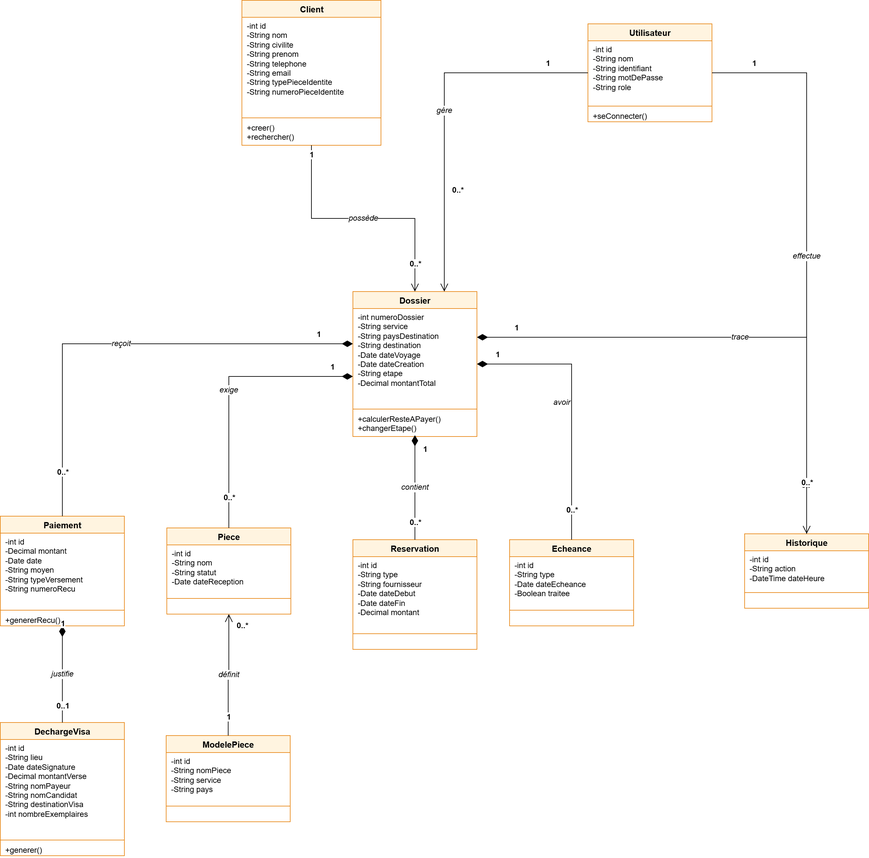
Above: modelisation/diagramme_de_classes.png in Desire6893/agence-de-voyage (draw.io), before the change. Source tidied: cells renumbered, new cells last; positions are measured from the earlier drawing's top-left corner, leaving out a move shared by most shapes.
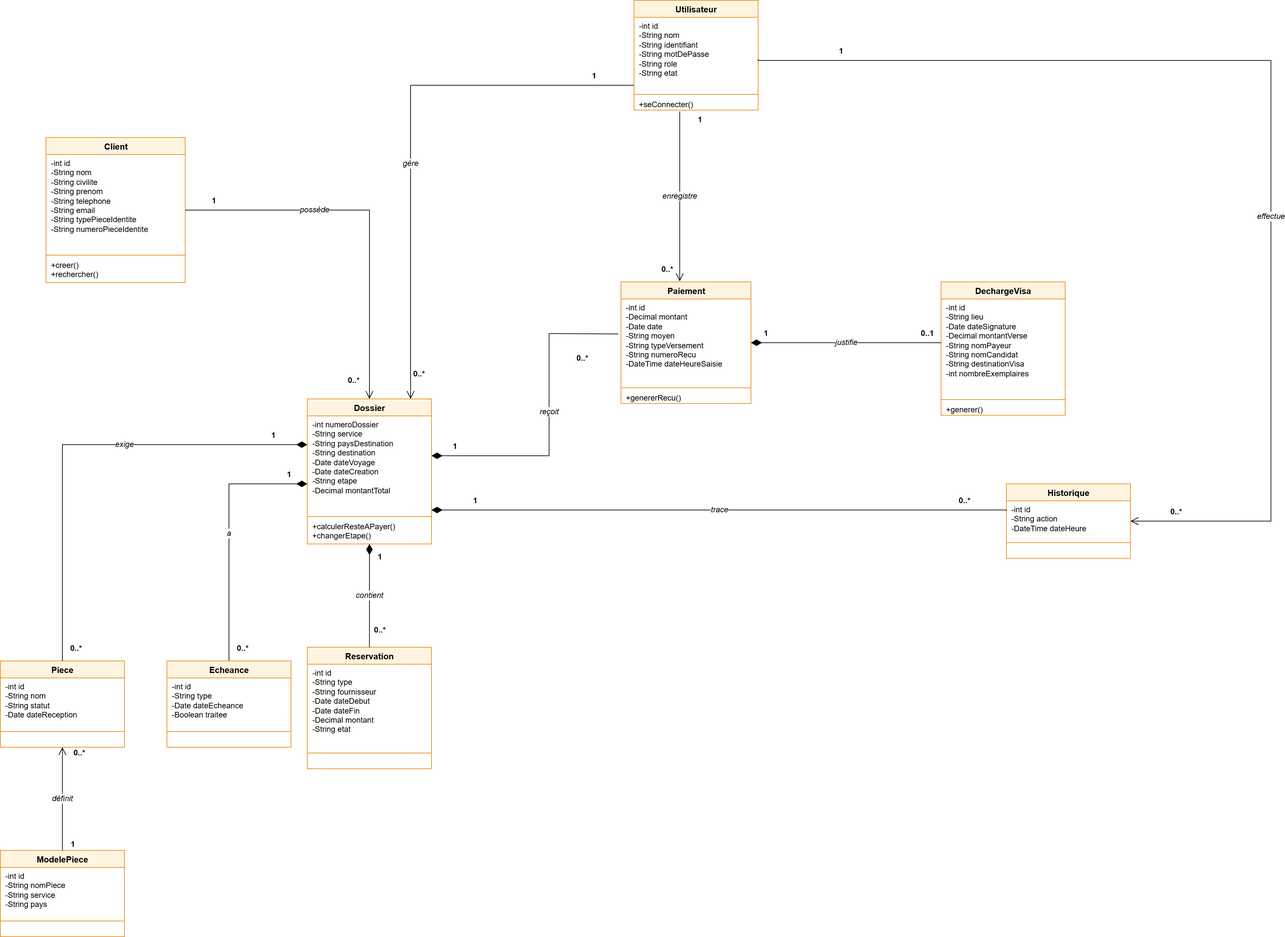
After the change.

Diff of the diagram source:
```diff
@@ -5,15 +5,15 @@
     <mxCell id="2" value="Utilisateur" style="swimlane;fontStyle=1;align=center;verticalAlign=top;horizontal=1;startSize=26;html=1;fillColor=#FFF4E0;strokeColor=#E8891A;swimlaneFillColor=#FFFFFF;fontSize=13;" parent="1" vertex="1">
-      <mxGeometry x="900" y="36" width="190" height="150" as="geometry" />
+      <mxGeometry x="970" y="-194" width="190" height="168" as="geometry" />
     </mxCell>
-    <mxCell id="3" value="-int id&lt;br&gt;-String nom&lt;br&gt;-String identifiant&lt;br&gt;-String motDePasse&lt;br&gt;-String role" style="text;strokeColor=none;fillColor=none;align=left;verticalAlign=top;spacingLeft=6;spacingRight=4;overflow=hidden;html=1;fontSize=12;" parent="2" vertex="1">
-      <mxGeometry y="26" width="190" height="98" as="geometry" />
+    <mxCell id="3" value="-int id&lt;br&gt;-String nom&lt;br&gt;-String identifiant&lt;br&gt;-String motDePasse&lt;br&gt;-String role&lt;br&gt;-String etat" style="text;strokeColor=none;fillColor=none;align=left;verticalAlign=top;spacingLeft=6;spacingRight=4;overflow=hidden;html=1;fontSize=12;" parent="2" vertex="1">
+      <mxGeometry y="26" width="190" height="116" as="geometry" />
     </mxCell>
     <mxCell id="4" style="line;strokeWidth=1;fillColor=none;align=left;verticalAlign=middle;spacingTop=-1;spacingLeft=3;spacingRight=3;labelPosition=right;strokeColor=inherit;" parent="2" vertex="1">
-      <mxGeometry y="124" width="190" height="4" as="geometry" />
+      <mxGeometry y="142" width="190" height="4" as="geometry" />
     </mxCell>
     <mxCell id="5" value="+seConnecter()" style="text;strokeColor=none;fillColor=none;align=left;verticalAlign=top;spacingLeft=6;spacingRight=4;overflow=hidden;html=1;fontSize=12;" parent="2" vertex="1">
-      <mxGeometry y="128" width="190" height="22" as="geometry" />
+      <mxGeometry y="146" width="190" height="22" as="geometry" />
     </mxCell>
     <mxCell id="6" value="Client" style="swimlane;fontStyle=1;align=center;verticalAlign=top;horizontal=1;startSize=26;html=1;fillColor=#FFF4E0;strokeColor=#E8891A;swimlaneFillColor=#FFFFFF;fontSize=13;" parent="1" vertex="1">
-      <mxGeometry x="370" width="213" height="222" as="geometry" />
+      <mxGeometry x="70" y="16" width="213" height="222" as="geometry" />
     </mxCell>
@@ -29,3 +29,3 @@
     <mxCell id="10" value="Dossier" style="swimlane;fontStyle=1;align=center;verticalAlign=top;horizontal=1;startSize=26;html=1;fillColor=#FFF4E0;strokeColor=#E8891A;swimlaneFillColor=#FFFFFF;fontSize=13;" parent="1" vertex="1">
-      <mxGeometry x="540" y="446" width="190" height="222" as="geometry" />
+      <mxGeometry x="470" y="416" width="190" height="222" as="geometry" />
     </mxCell>
@@ -41,27 +41,27 @@
     <mxCell id="14" value="Reservation" style="swimlane;fontStyle=1;align=center;verticalAlign=top;horizontal=1;startSize=26;html=1;fillColor=#FFF4E0;strokeColor=#E8891A;swimlaneFillColor=#FFFFFF;fontSize=13;" parent="1" vertex="1">
-      <mxGeometry x="540" y="826" width="190" height="168" as="geometry" />
+      <mxGeometry x="470" y="796" width="190" height="186" as="geometry" />
     </mxCell>
-    <mxCell id="15" value="-int id&lt;br&gt;-String type&lt;br&gt;-String fournisseur&lt;br&gt;-Date dateDebut&lt;br&gt;-Date dateFin&lt;br&gt;-Decimal montant" style="text;strokeColor=none;fillColor=none;align=left;verticalAlign=top;spacingLeft=6;spacingRight=4;overflow=hidden;html=1;fontSize=12;" parent="14" vertex="1">
-      <mxGeometry y="26" width="190" height="116" as="geometry" />
+    <mxCell id="15" value="-int id&lt;br&gt;-String type&lt;br&gt;-String fournisseur&lt;br&gt;-Date dateDebut&lt;br&gt;-Date dateFin&lt;br&gt;-Decimal montant&lt;br&gt;-String etat" style="text;strokeColor=none;fillColor=none;align=left;verticalAlign=top;spacingLeft=6;spacingRight=4;overflow=hidden;html=1;fontSize=12;" parent="14" vertex="1">
+      <mxGeometry y="26" width="190" height="134" as="geometry" />
     </mxCell>
     <mxCell id="16" style="line;strokeWidth=1;fillColor=none;align=left;verticalAlign=middle;spacingTop=-1;spacingLeft=3;spacingRight=3;labelPosition=right;strokeColor=inherit;" parent="14" vertex="1">
-      <mxGeometry y="142" width="190" height="4" as="geometry" />
+      <mxGeometry y="160" width="190" height="4" as="geometry" />
     </mxCell>
     <mxCell id="17" style="text;strokeColor=none;fillColor=none;align=left;verticalAlign=top;spacingLeft=6;spacingRight=4;overflow=hidden;html=1;fontSize=12;" parent="14" vertex="1">
-      <mxGeometry y="146" width="190" height="22" as="geometry" />
+      <mxGeometry y="164" width="190" height="22" as="geometry" />
     </mxCell>
     <mxCell id="18" value="Paiement" style="swimlane;fontStyle=1;align=center;verticalAlign=top;horizontal=1;startSize=26;html=1;fillColor=#FFF4E0;strokeColor=#E8891A;swimlaneFillColor=#FFFFFF;fontSize=13;" parent="1" vertex="1">
-      <mxGeometry y="790" width="190" height="168" as="geometry" />
+      <mxGeometry x="950" y="237" width="199" height="186" as="geometry" />
     </mxCell>
-    <mxCell id="19" value="-int id&lt;br&gt;-Decimal montant&lt;br&gt;-Date date&lt;br&gt;-String moyen&lt;br&gt;-String typeVersement&lt;br&gt;-String numeroRecu" style="text;strokeColor=none;fillColor=none;align=left;verticalAlign=top;spacingLeft=6;spacingRight=4;overflow=hidden;html=1;fontSize=12;" parent="18" vertex="1">
-      <mxGeometry y="26" width="190" height="116" as="geometry" />
+    <mxCell id="19" value="-int id&lt;br&gt;-Decimal montant&lt;br&gt;-Date date&lt;br&gt;-String moyen&lt;br&gt;-String typeVersement&lt;br&gt;-String numeroRecu&lt;br&gt;-DateTime dateHeureSaisie" style="text;strokeColor=none;fillColor=none;align=left;verticalAlign=top;spacingLeft=6;spacingRight=4;overflow=hidden;html=1;fontSize=12;" parent="18" vertex="1">
+      <mxGeometry y="26" width="199" height="134" as="geometry" />
     </mxCell>
     <mxCell id="20" style="line;strokeWidth=1;fillColor=none;align=left;verticalAlign=middle;spacingTop=-1;spacingLeft=3;spacingRight=3;labelPosition=right;strokeColor=inherit;" parent="18" vertex="1">
-      <mxGeometry y="142" width="190" height="4" as="geometry" />
+      <mxGeometry y="160" width="199" height="4" as="geometry" />
     </mxCell>
     <mxCell id="21" value="+genererRecu()" style="text;strokeColor=none;fillColor=none;align=left;verticalAlign=top;spacingLeft=6;spacingRight=4;overflow=hidden;html=1;fontSize=12;" parent="18" vertex="1">
-      <mxGeometry y="146" width="190" height="22" as="geometry" />
+      <mxGeometry y="164" width="199" height="22" as="geometry" />
     </mxCell>
     <mxCell id="22" value="DechargeVisa" style="swimlane;fontStyle=1;align=center;verticalAlign=top;horizontal=1;startSize=26;html=1;fillColor=#FFF4E0;strokeColor=#E8891A;swimlaneFillColor=#FFFFFF;fontSize=13;" parent="1" vertex="1">
-      <mxGeometry y="1106" width="190" height="204" as="geometry" />
+      <mxGeometry x="1440" y="237" width="190" height="204" as="geometry" />
     </mxCell>
@@ -77,3 +77,3 @@
     <mxCell id="26" value="Piece" style="swimlane;fontStyle=1;align=center;verticalAlign=top;horizontal=1;startSize=26;html=1;fillColor=#FFF4E0;strokeColor=#E8891A;swimlaneFillColor=#FFFFFF;fontSize=13;" parent="1" vertex="1">
-      <mxGeometry x="255" y="808" width="190" height="132" as="geometry" />
+      <mxGeometry y="817" width="190" height="132" as="geometry" />
     </mxCell>
@@ -89,3 +89,3 @@
     <mxCell id="30" value="ModelePiece" style="swimlane;fontStyle=1;align=center;verticalAlign=top;horizontal=1;startSize=26;html=1;fillColor=#FFF4E0;strokeColor=#E8891A;swimlaneFillColor=#FFFFFF;fontSize=13;" parent="1" vertex="1">
-      <mxGeometry x="254" y="1126" width="190" height="132" as="geometry" />
+      <mxGeometry y="1107" width="190" height="132" as="geometry" />
     </mxCell>
@@ -101,3 +101,3 @@
     <mxCell id="34" value="Historique" style="swimlane;fontStyle=1;align=center;verticalAlign=top;horizontal=1;startSize=26;html=1;fillColor=#FFF4E0;strokeColor=#E8891A;swimlaneFillColor=#FFFFFF;fontSize=13;" parent="1" vertex="1">
-      <mxGeometry x="1140" y="817" width="190" height="114" as="geometry" />
+      <mxGeometry x="1540" y="546" width="190" height="114" as="geometry" />
     </mxCell>
@@ -113,3 +113,3 @@
     <mxCell id="38" value="Echeance" style="swimlane;fontStyle=1;align=center;verticalAlign=top;horizontal=1;startSize=26;html=1;fillColor=#FFF4E0;strokeColor=#E8891A;swimlaneFillColor=#FFFFFF;fontSize=13;" parent="1" vertex="1">
-      <mxGeometry x="780" y="826" width="190" height="132" as="geometry" />
+      <mxGeometry x="255" y="817" width="190" height="132" as="geometry" />
     </mxCell>
@@ -125,3 +125,7 @@
     <mxCell id="42" value="possède" style="edgeStyle=orthogonalEdgeStyle;rounded=0;html=1;endArrow=open;endSize=10;startArrow=none;fontSize=12;labelBackgroundColor=#FFFFFF;fontStyle=2;" parent="1" edge="1" source="6" target="10">
-      <mxGeometry relative="1" as="geometry" />
+      <mxGeometry x="-0.31" relative="1" as="geometry">
+        <Array as="points">
+          <mxPoint x="565" y="127" />
+        </Array>
+      </mxGeometry>
     </mxCell>
@@ -134,8 +138,10 @@
       <mxGeometry x="0.85" relative="1" as="geometry">
-        <mxPoint y="-6" as="offset" />
+        <mxPoint x="-25" y="23" as="offset" />
       </mxGeometry>
     </mxCell>
-    <mxCell id="45" value="gère" style="edgeStyle=orthogonalEdgeStyle;rounded=0;html=1;endArrow=open;endSize=10;startArrow=none;fontSize=12;labelBackgroundColor=#FFFFFF;fontStyle=2;exitX=0;exitY=0.5;exitDx=0;exitDy=0;" parent="1" edge="1" source="3">
-      <mxGeometry relative="1" as="geometry">
-        <mxPoint x="680" y="446" as="targetPoint" />
+    <mxCell id="45" value="gère" style="edgeStyle=orthogonalEdgeStyle;rounded=0;html=1;endArrow=open;endSize=10;startArrow=none;fontSize=12;labelBackgroundColor=#FFFFFF;fontStyle=2;" parent="1" edge="1" source="2" target="10">
+      <mxGeometry x="0.12" relative="1" as="geometry">
+        <Array as="points">
+          <mxPoint x="628" y="-64" />
+        </Array>
       </mxGeometry>
@@ -144,3 +150,3 @@
       <mxGeometry x="-0.85" relative="1" as="geometry">
-        <mxPoint x="-20" y="-6" as="offset" />
+        <mxPoint y="-6" as="offset" />
       </mxGeometry>
@@ -149,9 +155,7 @@
       <mxGeometry x="0.85" relative="1" as="geometry">
-        <mxPoint x="20" y="-105" as="offset" />
+        <mxPoint x="12" y="32" as="offset" />
       </mxGeometry>
     </mxCell>
-    <mxCell id="48" value="contient" style="edgeStyle=orthogonalEdgeStyle;rounded=0;html=1;startArrow=diamondThin;startFill=1;startSize=14;endArrow=none;fontSize=12;labelBackgroundColor=#FFFFFF;fontStyle=2;" parent="1" edge="1" target="14">
-      <mxGeometry relative="1" as="geometry">
-        <mxPoint x="635" y="666" as="sourcePoint" />
-      </mxGeometry>
+    <mxCell id="48" value="contient" style="edgeStyle=orthogonalEdgeStyle;rounded=0;html=1;startArrow=diamondThin;startFill=1;startSize=14;endArrow=none;fontSize=12;labelBackgroundColor=#FFFFFF;fontStyle=2;" parent="1" edge="1" source="10" target="14">
+      <mxGeometry relative="1" as="geometry" />
     </mxCell>
@@ -159,3 +163,3 @@
       <mxGeometry x="-0.85" relative="1" as="geometry">
-        <mxPoint x="15" y="18" as="offset" />
+        <mxPoint x="15" y="16" as="offset" />
       </mxGeometry>
@@ -164,9 +168,12 @@
       <mxGeometry x="0.85" relative="1" as="geometry">
-        <mxPoint y="-6" as="offset" />
+        <mxPoint x="15" y="-6" as="offset" />
       </mxGeometry>
     </mxCell>
-    <mxCell id="51" value="reçoit" style="edgeStyle=orthogonalEdgeStyle;rounded=0;html=1;startArrow=diamondThin;startFill=1;startSize=14;endArrow=none;fontSize=12;labelBackgroundColor=#FFFFFF;fontStyle=2;" parent="1" edge="1" source="10" target="18">
-      <mxGeometry relative="1" as="geometry">
+    <mxCell id="51" value="reçoit" style="edgeStyle=orthogonalEdgeStyle;rounded=0;html=1;startArrow=diamondThin;startFill=1;startSize=14;endArrow=none;fontSize=12;labelBackgroundColor=#FFFFFF;fontStyle=2;entryX=-0.02;entryY=0.4;entryDx=0;entryDy=0;entryPerimeter=0;" parent="1" edge="1" target="19">
+      <mxGeometry x="0.04" relative="1" as="geometry">
+        <mxPoint x="660" y="503" as="sourcePoint" />
         <Array as="points">
-          <mxPoint x="95" y="526" />
+          <mxPoint x="840" y="503" />
+          <mxPoint x="840" y="316" />
+          <mxPoint x="848" y="316" />
         </Array>
@@ -181,3 +188,3 @@
       <mxGeometry x="0.85" relative="1" as="geometry">
-        <mxPoint y="-6" as="offset" />
+        <mxPoint x="-20" y="46" as="offset" />
       </mxGeometry>
@@ -185,3 +192,8 @@
     <mxCell id="54" value="justifie" style="edgeStyle=orthogonalEdgeStyle;rounded=0;html=1;startArrow=diamondThin;startFill=1;startSize=14;endArrow=none;fontSize=12;labelBackgroundColor=#FFFFFF;fontStyle=2;" parent="1" edge="1" source="18" target="22">
-      <mxGeometry relative="1" as="geometry" />
+      <mxGeometry relative="1" as="geometry">
+        <Array as="points">
+          <mxPoint x="1380" y="330" />
+          <mxPoint x="1380" y="330" />
+        </Array>
+      </mxGeometry>
     </mxCell>
@@ -197,6 +209,7 @@
     </mxCell>
-    <mxCell id="57" value="trace" style="edgeStyle=orthogonalEdgeStyle;rounded=0;html=1;startArrow=diamondThin;startFill=1;startSize=14;endArrow=none;fontSize=12;labelBackgroundColor=#FFFFFF;fontStyle=2;" parent="1" edge="1" source="10" target="34">
+    <mxCell id="57" value="trace" style="edgeStyle=orthogonalEdgeStyle;rounded=0;html=1;startArrow=diamondThin;startFill=1;startSize=14;endArrow=none;fontSize=12;labelBackgroundColor=#FFFFFF;fontStyle=2;entryX=0;entryY=0.25;entryDx=0;entryDy=0;" parent="1" edge="1" target="35">
       <mxGeometry relative="1" as="geometry">
+        <mxPoint x="660" y="586" as="sourcePoint" />
         <Array as="points">
-          <mxPoint x="1235" y="516" />
+          <mxPoint x="1540" y="586" />
         </Array>
@@ -214,4 +227,11 @@
     </mxCell>
-    <mxCell id="60" value="effectue" style="edgeStyle=orthogonalEdgeStyle;rounded=0;html=1;endArrow=open;endSize=10;startArrow=none;fontSize=12;labelBackgroundColor=#FFFFFF;fontStyle=2;" parent="1" edge="1" source="2" target="34">
-      <mxGeometry relative="1" as="geometry" />
+    <mxCell id="60" value="effectue" style="edgeStyle=orthogonalEdgeStyle;rounded=0;html=1;endArrow=open;endSize=10;startArrow=none;fontSize=12;labelBackgroundColor=#FFFFFF;fontStyle=2;entryX=1;entryY=0.5;entryDx=0;entryDy=0;" parent="1" edge="1" target="35">
+      <mxGeometry x="0.2" relative="1" as="geometry">
+        <mxPoint x="1160" y="-104" as="sourcePoint" />
+        <Array as="points">
+          <mxPoint x="1160" y="-102" />
+          <mxPoint x="1945" y="-102" />
+          <mxPoint x="1945" y="603" />
+        </Array>
+      </mxGeometry>
     </mxCell>
@@ -224,9 +244,11 @@
       <mxGeometry x="0.85" relative="1" as="geometry">
-        <mxPoint y="-6" as="offset" />
+        <mxPoint x="-59" y="-6" as="offset" />
       </mxGeometry>
     </mxCell>
-    <mxCell id="63" value="exige" style="edgeStyle=orthogonalEdgeStyle;rounded=0;html=1;startArrow=diamondThin;startFill=1;startSize=14;endArrow=none;fontSize=12;labelBackgroundColor=#FFFFFF;fontStyle=2;" parent="1" edge="1" source="10" target="26">
+    <mxCell id="63" value="enregistre" style="edgeStyle=orthogonalEdgeStyle;rounded=0;html=1;endArrow=open;endSize=10;startArrow=none;fontSize=12;labelBackgroundColor=#FFFFFF;fontStyle=2;" parent="1" edge="1">
       <mxGeometry relative="1" as="geometry">
+        <mxPoint x="1040" y="-24" as="sourcePoint" />
+        <mxPoint x="1040" y="236" as="targetPoint" />
         <Array as="points">
-          <mxPoint x="350" y="576" />
+          <mxPoint x="1040" y="126" />
         </Array>
@@ -236,3 +258,3 @@
       <mxGeometry x="-0.85" relative="1" as="geometry">
-        <mxPoint y="-6" as="offset" />
+        <mxPoint x="30" y="1" as="offset" />
       </mxGeometry>
@@ -241,7 +263,13 @@
       <mxGeometry x="0.85" relative="1" as="geometry">
-        <mxPoint y="-6" as="offset" />
+        <mxPoint x="-20" y="9" as="offset" />
       </mxGeometry>
     </mxCell>
-    <mxCell id="66" value="avoir" style="edgeStyle=orthogonalEdgeStyle;rounded=0;html=1;startArrow=diamondThin;startFill=1;startSize=14;endArrow=none;fontSize=12;labelBackgroundColor=#FFFFFF;fontStyle=2;" parent="1" edge="1" source="10" target="38">
-      <mxGeometry x="-0.01" y="-15" relative="1" as="geometry" />
+    <mxCell id="66" value="exige" style="edgeStyle=orthogonalEdgeStyle;rounded=0;html=1;startArrow=diamondThin;startFill=1;startSize=14;endArrow=none;fontSize=12;labelBackgroundColor=#FFFFFF;fontStyle=2;" parent="1" edge="1">
+      <mxGeometry x="-0.21" relative="1" as="geometry">
+        <mxPoint x="470" y="486" as="sourcePoint" />
+        <mxPoint x="95" y="817" as="targetPoint" />
+        <Array as="points">
+          <mxPoint x="95" y="486" />
+        </Array>
+      </mxGeometry>
     </mxCell>
@@ -254,7 +282,11 @@
       <mxGeometry x="0.85" relative="1" as="geometry">
-        <mxPoint y="-6" as="offset" />
+        <mxPoint x="20" y="42" as="offset" />
       </mxGeometry>
     </mxCell>
-    <mxCell id="69" value="définit" style="edgeStyle=orthogonalEdgeStyle;rounded=0;html=1;endArrow=open;endSize=10;startArrow=none;fontSize=12;labelBackgroundColor=#FFFFFF;fontStyle=2;" parent="1" edge="1" source="30" target="26">
-      <mxGeometry relative="1" as="geometry" />
+    <mxCell id="69" value="a" style="edgeStyle=orthogonalEdgeStyle;rounded=0;html=1;startArrow=diamondThin;startFill=1;startSize=14;endArrow=none;fontSize=12;labelBackgroundColor=#FFFFFF;fontStyle=2;" parent="1" edge="1" source="10" target="38">
+      <mxGeometry relative="1" as="geometry">
+        <Array as="points">
+          <mxPoint x="350" y="546" />
+        </Array>
+      </mxGeometry>
     </mxCell>
@@ -267,5 +299,18 @@
       <mxGeometry x="0.85" relative="1" as="geometry">
-        <mxPoint x="20" y="12" as="offset" />
+        <mxPoint x="20" y="18" as="offset" />
       </mxGeometry>
     </mxCell>
+    <mxCell id="72" value="définit" style="edgeStyle=orthogonalEdgeStyle;rounded=0;html=1;endArrow=open;endSize=10;startArrow=none;fontSize=12;labelBackgroundColor=#FFFFFF;fontStyle=2;" parent="1" edge="1" source="30" target="26">
+      <mxGeometry relative="1" as="geometry" />
+    </mxCell>
+    <mxCell id="73" value="1" style="edgeLabel;html=1;align=center;verticalAlign=bottom;fontSize=12;fontStyle=1;" parent="72" vertex="1">
+      <mxGeometry x="-0.85" relative="1" as="geometry">
+        <mxPoint x="15" y="11" as="offset" />
+      </mxGeometry>
+    </mxCell>
+    <mxCell id="74" value="0..*" style="edgeLabel;html=1;align=center;verticalAlign=bottom;fontSize=12;fontStyle=1;" parent="72" vertex="1">
+      <mxGeometry x="0.85" relative="1" as="geometry">
+        <mxPoint x="25" y="5" as="offset" />
+      </mxGeometry>
+    </mxCell>
   </root>
```
